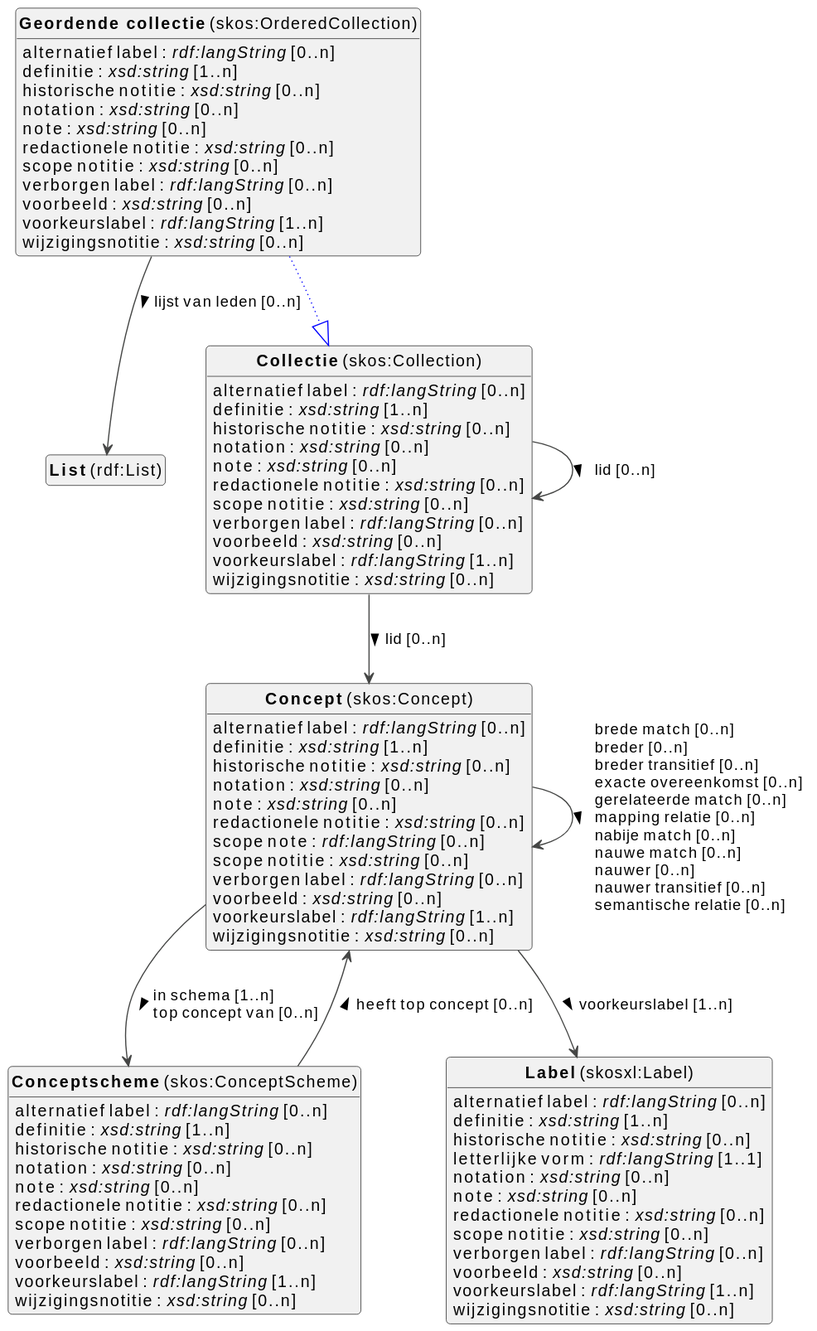
The PlantUML diagram docs/metadata/knowledge-graph/0.0.1/terms/nl/terms-diagram.svg in viaacode/documentation-jekyll, before a commit. The source it was exported from:
```plantuml
@startuml
!theme vibrant
skinparam classFontSize 14
!define LIGHTORANGE
skinparam componentStyle uml2
skinparam wrapMessageWidth 1000
skinparam wrapWidth 1000
skinparam shadowing false
skinparam ArrowMessageAlignment left
top to bottom direction


class "<b>List</b> (rdf:List)" as rdf_List [[#rdf%3AList]]
class "<b>Collectie</b> (skos:Collection)" as skos_Collection [[#skos%3ACollection]]
class "<b>Concept</b> (skos:Concept)" as skos_Concept [[#skos%3AConcept]]
class "<b>Conceptscheme</b> (skos:ConceptScheme)" as skos_ConceptScheme [[#skos%3AConceptScheme]]
class "<b>Geordende collectie</b> (skos:OrderedCollection)" as skos_OrderedCollection [[#skos%3AOrderedCollection]]
class "<b>Collectie</b> (skos:Collection)" as skos_Collection [[#skos%3ACollection]]
class "<b>Label</b> (skosxl:Label)" as skosxl_Label [[#skosxl%3ALabel]]




skos_Collection : alternatief label : <i>rdf:langString</i> [0..n]
skos_Collection : definitie : <i>xsd:string</i> [1..n]
skos_Collection : historische notitie : <i>xsd:string</i> [0..n]
skos_Collection : notation : <i>xsd:string</i> [0..n]
skos_Collection : note : <i>xsd:string</i> [0..n]
skos_Collection : redactionele notitie : <i>xsd:string</i> [0..n]
skos_Collection : scope notitie : <i>xsd:string</i> [0..n]
skos_Collection : verborgen label : <i>rdf:langString</i> [0..n]
skos_Collection : voorbeeld : <i>xsd:string</i> [0..n]
skos_Collection : voorkeurslabel : <i>rdf:langString</i> [1..n]
skos_Collection : wijzigingsnotitie : <i>xsd:string</i> [0..n]

skos_Collection --> skos_Collection :lid [0..n]  >
skos_Collection --> skos_Concept :lid [0..n]  >



skos_Concept : alternatief label : <i>rdf:langString</i> [0..n]
skos_Concept : definitie : <i>xsd:string</i> [1..n]
skos_Concept : historische notitie : <i>xsd:string</i> [0..n]
skos_Concept : notation : <i>xsd:string</i> [0..n]
skos_Concept : note : <i>xsd:string</i> [0..n]
skos_Concept : redactionele notitie : <i>xsd:string</i> [0..n]
skos_Concept : scope note : <i>rdf:langString</i> [0..n]
skos_Concept : scope notitie : <i>xsd:string</i> [0..n]
skos_Concept : verborgen label : <i>rdf:langString</i> [0..n]
skos_Concept : voorbeeld : <i>xsd:string</i> [0..n]
skos_Concept : voorkeurslabel : <i>rdf:langString</i> [1..n]
skos_Concept : wijzigingsnotitie : <i>xsd:string</i> [0..n]

skos_Concept --> skos_Concept :brede match [0..n]  \lbreder [0..n]  \lbreder transitief [0..n]  \lexacte overeenkomst [0..n]  \lgerelateerde match [0..n]  \lmapping relatie [0..n]  \lnabije match [0..n]  \lnauwe match [0..n]  \lnauwer [0..n]  \lnauwer transitief [0..n]  \lsemantische relatie [0..n]  >
skos_Concept --> skos_ConceptScheme :in schema [1..n]  \ltop concept van [0..n]  >
skos_Concept --> skosxl_Label :voorkeurslabel [1..n]  >



skos_ConceptScheme : alternatief label : <i>rdf:langString</i> [0..n]
skos_ConceptScheme : definitie : <i>xsd:string</i> [1..n]
skos_ConceptScheme : historische notitie : <i>xsd:string</i> [0..n]
skos_ConceptScheme : notation : <i>xsd:string</i> [0..n]
skos_ConceptScheme : note : <i>xsd:string</i> [0..n]
skos_ConceptScheme : redactionele notitie : <i>xsd:string</i> [0..n]
skos_ConceptScheme : scope notitie : <i>xsd:string</i> [0..n]
skos_ConceptScheme : verborgen label : <i>rdf:langString</i> [0..n]
skos_ConceptScheme : voorbeeld : <i>xsd:string</i> [0..n]
skos_ConceptScheme : voorkeurslabel : <i>rdf:langString</i> [1..n]
skos_ConceptScheme : wijzigingsnotitie : <i>xsd:string</i> [0..n]

skos_ConceptScheme --> skos_Concept :heeft top concept [0..n]  >


skos_OrderedCollection --|> skos_Collection #blue;line.dotted;text:blue

skos_OrderedCollection : alternatief label : <i>rdf:langString</i> [0..n]
skos_OrderedCollection : definitie : <i>xsd:string</i> [1..n]
skos_OrderedCollection : historische notitie : <i>xsd:string</i> [0..n]
skos_OrderedCollection : notation : <i>xsd:string</i> [0..n]
skos_OrderedCollection : note : <i>xsd:string</i> [0..n]
skos_OrderedCollection : redactionele notitie : <i>xsd:string</i> [0..n]
skos_OrderedCollection : scope notitie : <i>xsd:string</i> [0..n]
skos_OrderedCollection : verborgen label : <i>rdf:langString</i> [0..n]
skos_OrderedCollection : voorbeeld : <i>xsd:string</i> [0..n]
skos_OrderedCollection : voorkeurslabel : <i>rdf:langString</i> [1..n]
skos_OrderedCollection : wijzigingsnotitie : <i>xsd:string</i> [0..n]
skos_OrderedCollection --> rdf_List :lijst van leden [0..n]  >




skosxl_Label : alternatief label : <i>rdf:langString</i> [0..n]
skosxl_Label : definitie : <i>xsd:string</i> [1..n]
skosxl_Label : historische notitie : <i>xsd:string</i> [0..n]
skosxl_Label : letterlijke vorm : <i>rdf:langString</i> [1..1]
skosxl_Label : notation : <i>xsd:string</i> [0..n]
skosxl_Label : note : <i>xsd:string</i> [0..n]
skosxl_Label : redactionele notitie : <i>xsd:string</i> [0..n]
skosxl_Label : scope notitie : <i>xsd:string</i> [0..n]
skosxl_Label : verborgen label : <i>rdf:langString</i> [0..n]
skosxl_Label : voorbeeld : <i>xsd:string</i> [0..n]
skosxl_Label : voorkeurslabel : <i>rdf:langString</i> [1..n]
skosxl_Label : wijzigingsnotitie : <i>xsd:string</i> [0..n]




hide circle
hide methods
hide empty members
@enduml
```
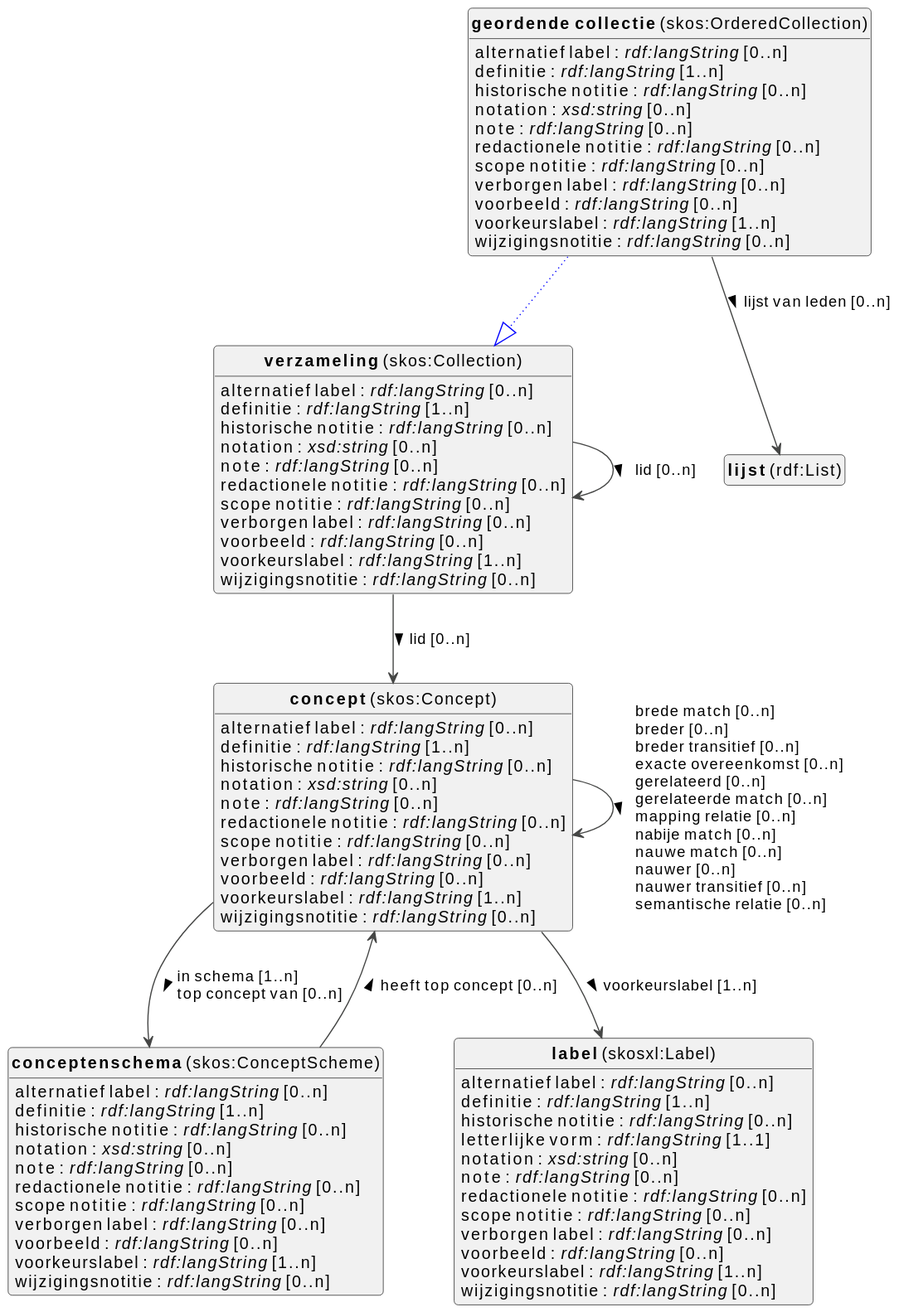
Later version of the same file.

Diff of the diagram source:
```diff
@@ -10,64 +10,44 @@
 top to bottom direction
 
 
-class "<b>List</b> (rdf:List)" as rdf_List [[#rdf%3AList]]
-class "<b>Collectie</b> (skos:Collection)" as skos_Collection [[#skos%3ACollection]]
-class "<b>Concept</b> (skos:Concept)" as skos_Concept [[#skos%3AConcept]]
-class "<b>Conceptscheme</b> (skos:ConceptScheme)" as skos_ConceptScheme [[#skos%3AConceptScheme]]
-class "<b>Geordende collectie</b> (skos:OrderedCollection)" as skos_OrderedCollection [[#skos%3AOrderedCollection]]
-class "<b>Collectie</b> (skos:Collection)" as skos_Collection [[#skos%3ACollection]]
-class "<b>Label</b> (skosxl:Label)" as skosxl_Label [[#skosxl%3ALabel]]
-
-
-
-
-skos_Collection : alternatief label : <i>rdf:langString</i> [0..n]
-skos_Collection : definitie : <i>xsd:string</i> [1..n]
-skos_Collection : historische notitie : <i>xsd:string</i> [0..n]
-skos_Collection : notation : <i>xsd:string</i> [0..n]
-skos_Collection : note : <i>xsd:string</i> [0..n]
-skos_Collection : redactionele notitie : <i>xsd:string</i> [0..n]
-skos_Collection : scope notitie : <i>xsd:string</i> [0..n]
-skos_Collection : verborgen label : <i>rdf:langString</i> [0..n]
-skos_Collection : voorbeeld : <i>xsd:string</i> [0..n]
-skos_Collection : voorkeurslabel : <i>rdf:langString</i> [1..n]
-skos_Collection : wijzigingsnotitie : <i>xsd:string</i> [0..n]
-
-skos_Collection --> skos_Collection :lid [0..n]  >
-skos_Collection --> skos_Concept :lid [0..n]  >
-
+class "<b>concept</b> (skos:Concept)" as skos_Concept [[#skos%3AConcept]]
+class "<b>conceptenschema</b> (skos:ConceptScheme)" as skos_ConceptScheme [[#skos%3AConceptScheme]]
+class "<b>geordende collectie</b> (skos:OrderedCollection)" as skos_OrderedCollection [[#skos%3AOrderedCollection]]
+class "<b>verzameling</b> (skos:Collection)" as skos_Collection [[#skos%3ACollection]]
+class "<b>label</b> (skosxl:Label)" as skosxl_Label [[#skosxl%3ALabel]]
+class "<b>lijst</b> (rdf:List)" as rdf_List [[#rdf%3AList]]
+class "<b>verzameling</b> (skos:Collection)" as skos_Collection [[#skos%3ACollection]]
 
 
 skos_Concept : alternatief label : <i>rdf:langString</i> [0..n]
-skos_Concept : definitie : <i>xsd:string</i> [1..n]
-skos_Concept : historische notitie : <i>xsd:string</i> [0..n]
+skos_Concept : definitie : <i>rdf:langString</i> [1..n]
+skos_Concept : historische notitie : <i>rdf:langString</i> [0..n]
 skos_Concept : notation : <i>xsd:string</i> [0..n]
-skos_Concept : note : <i>xsd:string</i> [0..n]
-skos_Concept : redactionele notitie : <i>xsd:string</i> [0..n]
-skos_Concept : scope note : <i>rdf:langString</i> [0..n]
-skos_Concept : scope notitie : <i>xsd:string</i> [0..n]
+skos_Concept : note : <i>rdf:langString</i> [0..n]
+skos_Concept : redactionele notitie : <i>rdf:langString</i> [0..n]
+skos_Concept : scope notitie : <i>rdf:langString</i> [0..n]
 skos_Concept : verborgen label : <i>rdf:langString</i> [0..n]
-skos_Concept : voorbeeld : <i>xsd:string</i> [0..n]
+skos_Concept : voorbeeld : <i>rdf:langString</i> [0..n]
 skos_Concept : voorkeurslabel : <i>rdf:langString</i> [1..n]
-skos_Concept : wijzigingsnotitie : <i>xsd:string</i> [0..n]
+skos_Concept : wijzigingsnotitie : <i>rdf:langString</i> [0..n]
 
-skos_Concept --> skos_Concept :brede match [0..n]  \lbreder [0..n]  \lbreder transitief [0..n]  \lexacte overeenkomst [0..n]  \lgerelateerde match [0..n]  \lmapping relatie [0..n]  \lnabije match [0..n]  \lnauwe match [0..n]  \lnauwer [0..n]  \lnauwer transitief [0..n]  \lsemantische relatie [0..n]  >
+skos_Concept --> skos_Concept :brede match [0..n]  \lbreder [0..n]  \lbreder transitief [0..n]  \lexacte overeenkomst [0..n]  \lgerelateerd [0..n]  \lgerelateerde match [0..n]  \lmapping relatie [0..n]  \lnabije match [0..n]  \lnauwe match [0..n]  \lnauwer [0..n]  \lnauwer transitief [0..n]  \lsemantische relatie [0..n]  >
 skos_Concept --> skos_ConceptScheme :in schema [1..n]  \ltop concept van [0..n]  >
 skos_Concept --> skosxl_Label :voorkeurslabel [1..n]  >
 
 
 
 skos_ConceptScheme : alternatief label : <i>rdf:langString</i> [0..n]
-skos_ConceptScheme : definitie : <i>xsd:string</i> [1..n]
-skos_ConceptScheme : historische notitie : <i>xsd:string</i> [0..n]
+skos_ConceptScheme : definitie : <i>rdf:langString</i> [1..n]
+skos_ConceptScheme : historische notitie : <i>rdf:langString</i> [0..n]
 skos_ConceptScheme : notation : <i>xsd:string</i> [0..n]
-skos_ConceptScheme : note : <i>xsd:string</i> [0..n]
-skos_ConceptScheme : redactionele notitie : <i>xsd:string</i> [0..n]
-skos_ConceptScheme : scope notitie : <i>xsd:string</i> [0..n]
+skos_ConceptScheme : note : <i>rdf:langString</i> [0..n]
+skos_ConceptScheme : redactionele notitie : <i>rdf:langString</i> [0..n]
+skos_ConceptScheme : scope notitie : <i>rdf:langString</i> [0..n]
 skos_ConceptScheme : verborgen label : <i>rdf:langString</i> [0..n]
-skos_ConceptScheme : voorbeeld : <i>xsd:string</i> [0..n]
+skos_ConceptScheme : voorbeeld : <i>rdf:langString</i> [0..n]
 skos_ConceptScheme : voorkeurslabel : <i>rdf:langString</i> [1..n]
-skos_ConceptScheme : wijzigingsnotitie : <i>xsd:string</i> [0..n]
+skos_ConceptScheme : wijzigingsnotitie : <i>rdf:langString</i> [0..n]
 
 skos_ConceptScheme --> skos_Concept :heeft top concept [0..n]  >
 
@@ -75,34 +55,53 @@
 skos_OrderedCollection --|> skos_Collection #blue;line.dotted;text:blue
 
 skos_OrderedCollection : alternatief label : <i>rdf:langString</i> [0..n]
-skos_OrderedCollection : definitie : <i>xsd:string</i> [1..n]
-skos_OrderedCollection : historische notitie : <i>xsd:string</i> [0..n]
+skos_OrderedCollection : definitie : <i>rdf:langString</i> [1..n]
+skos_OrderedCollection : historische notitie : <i>rdf:langString</i> [0..n]
 skos_OrderedCollection : notation : <i>xsd:string</i> [0..n]
-skos_OrderedCollection : note : <i>xsd:string</i> [0..n]
-skos_OrderedCollection : redactionele notitie : <i>xsd:string</i> [0..n]
-skos_OrderedCollection : scope notitie : <i>xsd:string</i> [0..n]
+skos_OrderedCollection : note : <i>rdf:langString</i> [0..n]
+skos_OrderedCollection : redactionele notitie : <i>rdf:langString</i> [0..n]
+skos_OrderedCollection : scope notitie : <i>rdf:langString</i> [0..n]
 skos_OrderedCollection : verborgen label : <i>rdf:langString</i> [0..n]
-skos_OrderedCollection : voorbeeld : <i>xsd:string</i> [0..n]
+skos_OrderedCollection : voorbeeld : <i>rdf:langString</i> [0..n]
 skos_OrderedCollection : voorkeurslabel : <i>rdf:langString</i> [1..n]
-skos_OrderedCollection : wijzigingsnotitie : <i>xsd:string</i> [0..n]
+skos_OrderedCollection : wijzigingsnotitie : <i>rdf:langString</i> [0..n]
 skos_OrderedCollection --> rdf_List :lijst van leden [0..n]  >
 
 
 
 
 skosxl_Label : alternatief label : <i>rdf:langString</i> [0..n]
-skosxl_Label : definitie : <i>xsd:string</i> [1..n]
-skosxl_Label : historische notitie : <i>xsd:string</i> [0..n]
+skosxl_Label : definitie : <i>rdf:langString</i> [1..n]
+skosxl_Label : historische notitie : <i>rdf:langString</i> [0..n]
 skosxl_Label : letterlijke vorm : <i>rdf:langString</i> [1..1]
 skosxl_Label : notation : <i>xsd:string</i> [0..n]
-skosxl_Label : note : <i>xsd:string</i> [0..n]
-skosxl_Label : redactionele notitie : <i>xsd:string</i> [0..n]
-skosxl_Label : scope notitie : <i>xsd:string</i> [0..n]
+skosxl_Label : note : <i>rdf:langString</i> [0..n]
+skosxl_Label : redactionele notitie : <i>rdf:langString</i> [0..n]
+skosxl_Label : scope notitie : <i>rdf:langString</i> [0..n]
 skosxl_Label : verborgen label : <i>rdf:langString</i> [0..n]
-skosxl_Label : voorbeeld : <i>xsd:string</i> [0..n]
+skosxl_Label : voorbeeld : <i>rdf:langString</i> [0..n]
 skosxl_Label : voorkeurslabel : <i>rdf:langString</i> [1..n]
-skosxl_Label : wijzigingsnotitie : <i>xsd:string</i> [0..n]
+skosxl_Label : wijzigingsnotitie : <i>rdf:langString</i> [0..n]
 
+
+
+
+
+
+skos_Collection : alternatief label : <i>rdf:langString</i> [0..n]
+skos_Collection : definitie : <i>rdf:langString</i> [1..n]
+skos_Collection : historische notitie : <i>rdf:langString</i> [0..n]
+skos_Collection : notation : <i>xsd:string</i> [0..n]
+skos_Collection : note : <i>rdf:langString</i> [0..n]
+skos_Collection : redactionele notitie : <i>rdf:langString</i> [0..n]
+skos_Collection : scope notitie : <i>rdf:langString</i> [0..n]
+skos_Collection : verborgen label : <i>rdf:langString</i> [0..n]
+skos_Collection : voorbeeld : <i>rdf:langString</i> [0..n]
+skos_Collection : voorkeurslabel : <i>rdf:langString</i> [1..n]
+skos_Collection : wijzigingsnotitie : <i>rdf:langString</i> [0..n]
+
+skos_Collection --> skos_Collection :lid [0..n]  >
+skos_Collection --> skos_Concept :lid [0..n]  >
 
 
 
```
